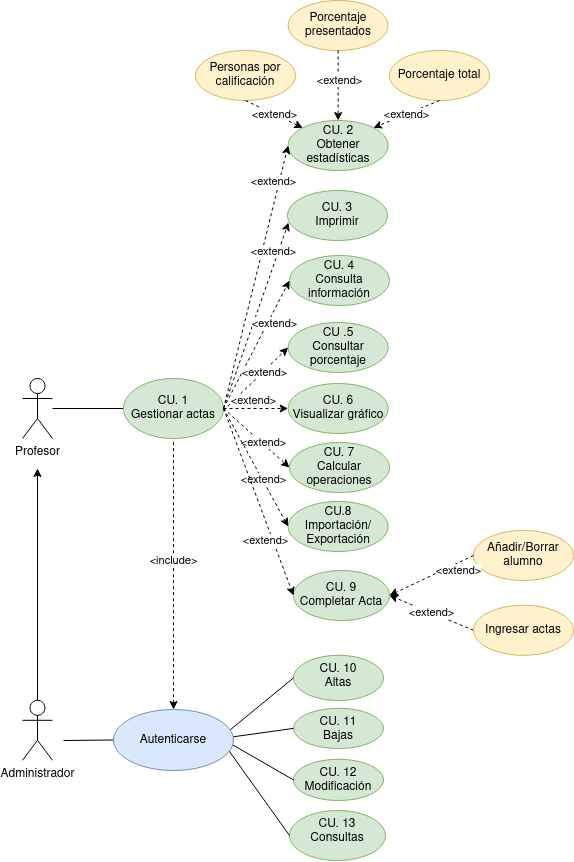
This is Tareas/casosUso/Tarea6-Gestión Profesores/img/GestionProfesores.drawio.png from colidom/ets, a draw.io export, as it was before one commit. Source tidied: cells renumbered, new cells last; positions are measured from the earlier drawing's top-left corner, leaving out a move shared by most shapes.
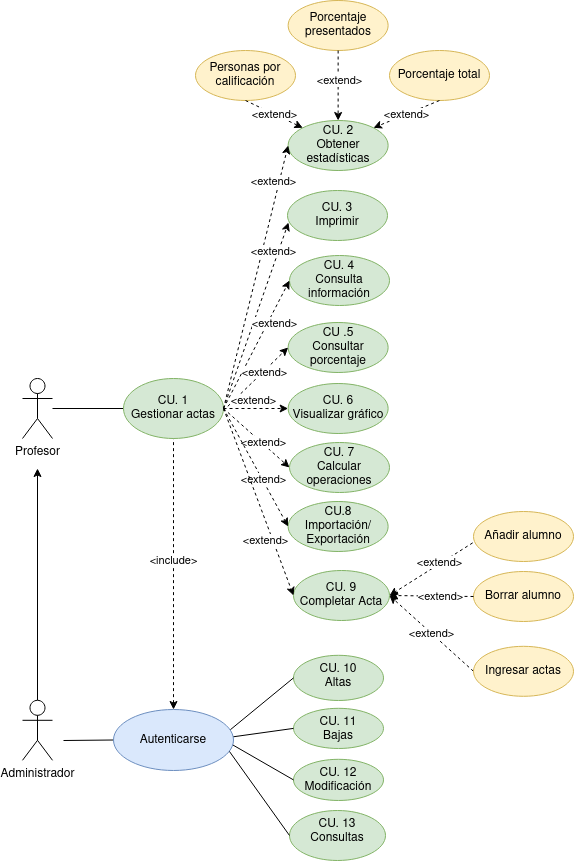
After the change.

The edit, as a diff of the source:
```diff
@@ -19,14 +19,14 @@
     <mxCell id="6" value="&lt;div&gt;CU. 9&lt;/div&gt;&lt;div&gt;Completar Acta&lt;/div&gt;" style="ellipse;whiteSpace=wrap;html=1;fillColor=#d5e8d4;strokeColor=#82b366;" parent="1" vertex="1">
       <mxGeometry x="271" y="570" width="96" height="50" as="geometry" />
     </mxCell>
-    <mxCell id="7" value="Añadir/Borrar alumno" style="ellipse;whiteSpace=wrap;html=1;fillColor=#fff2cc;strokeColor=#d6b656;" parent="1" vertex="1">
-      <mxGeometry x="451" y="530" width="100" height="50" as="geometry" />
+    <mxCell id="7" value="Borrar alumno" style="ellipse;whiteSpace=wrap;html=1;fillColor=#fff2cc;strokeColor=#d6b656;" parent="1" vertex="1">
+      <mxGeometry x="451" y="571" width="100" height="50" as="geometry" />
     </mxCell>
     <mxCell id="8" value="&amp;lt;extend&amp;gt;" style="edgeStyle=none;rounded=0;jettySize=auto;html=1;dashed=1;startArrow=none;startFill=0;endArrow=classic;endFill=1;entryX=1;entryY=0.5;entryDx=0;entryDy=0;exitX=0;exitY=0.5;exitDx=0;exitDy=0;" parent="1" edge="1" source="9" target="6">
       <mxGeometry relative="1" as="geometry" />
     </mxCell>
     <mxCell id="9" value="Ingresar actas" style="ellipse;whiteSpace=wrap;html=1;fillColor=#fff2cc;strokeColor=#d6b656;" parent="1" vertex="1">
-      <mxGeometry x="451" y="604.8" width="100" height="50" as="geometry" />
+      <mxGeometry x="451" y="645.8" width="100" height="50" as="geometry" />
     </mxCell>
     <mxCell id="10" style="edgeStyle=orthogonalEdgeStyle;rounded=0;jettySize=auto;html=1;endArrow=none;endFill=0;dashed=1;startArrow=classic;startFill=1;" parent="1" edge="1" source="54" target="36">
       <mxGeometry relative="1" as="geometry" />
@@ -68,7 +68,7 @@
     </mxCell>
     <mxCell id="22" value="&amp;lt;extend&amp;gt;" style="edgeLabel;html=1;align=center;verticalAlign=middle;" parent="21" vertex="1">
       <mxGeometry x="-0.35" y="-2" relative="1" as="geometry">
-        <mxPoint x="13" y="3" as="offset" />
+        <mxPoint x="-6" y="2" as="offset" />
       </mxGeometry>
     </mxCell>
     <mxCell id="23" value="&amp;lt;extend&amp;gt;" style="endArrow=classic;html=1;rounded=0;dashed=1;entryX=1;entryY=0;entryDx=0;entryDy=0;exitX=0.5;exitY=1;exitDx=0;exitDy=0;" parent="1" edge="1" source="16" target="13">
@@ -187,5 +187,16 @@
     <mxCell id="54" value="Autenticarse" style="ellipse;whiteSpace=wrap;html=1;fillColor=#dae8fc;strokeColor=#6c8ebf;" parent="1" vertex="1">
       <mxGeometry x="91" y="709" width="120" height="61" as="geometry" />
     </mxCell>
+    <mxCell id="55" value="Añadir alumno" style="ellipse;whiteSpace=wrap;html=1;fillColor=#fff2cc;strokeColor=#d6b656;" parent="1" vertex="1">
+      <mxGeometry x="451" y="511" width="100" height="50" as="geometry" />
+    </mxCell>
+    <mxCell id="56" style="edgeStyle=none;rounded=0;jettySize=auto;html=1;dashed=1;startArrow=none;startFill=0;endArrow=classic;endFill=1;exitX=-0.008;exitY=0.627;exitDx=0;exitDy=0;entryX=1;entryY=0.5;entryDx=0;entryDy=0;exitPerimeter=0;" parent="1" edge="1" source="55" target="6">
+      <mxGeometry relative="1" as="geometry" />
+    </mxCell>
+    <mxCell id="57" value="&amp;lt;extend&amp;gt;" style="edgeLabel;html=1;align=center;verticalAlign=middle;" parent="56" vertex="1">
+      <mxGeometry x="-0.35" y="-2" relative="1" as="geometry">
+        <mxPoint x="-6" y="4" as="offset" />
+      </mxGeometry>
+    </mxCell>
   </root>
 </mxGraphModel>
```
